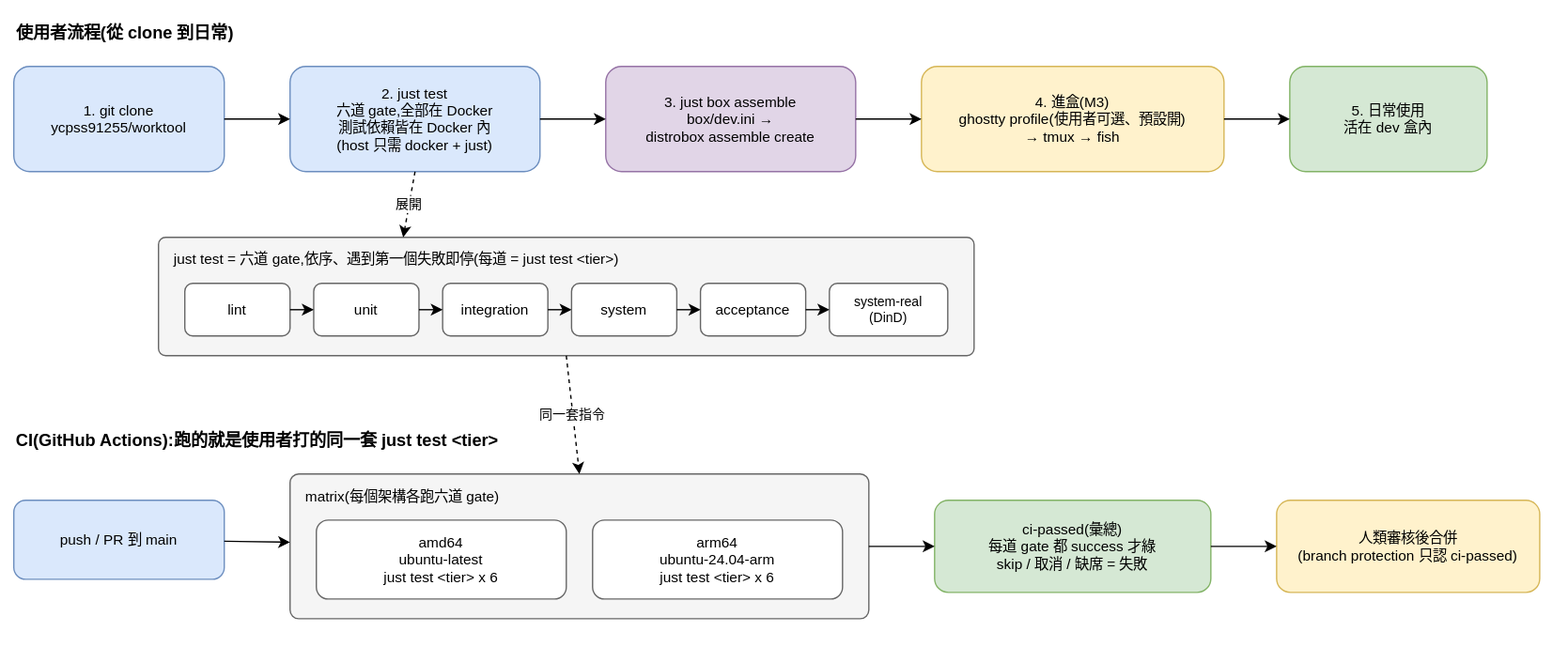
Earlier version of the draw.io export doc/diagram/flow.drawio.svg (ycpss91255/worktool). Source tidied: cells renumbered, new cells last; positions are measured from the earlier drawing's top-left corner, leaving out a move shared by most shapes.
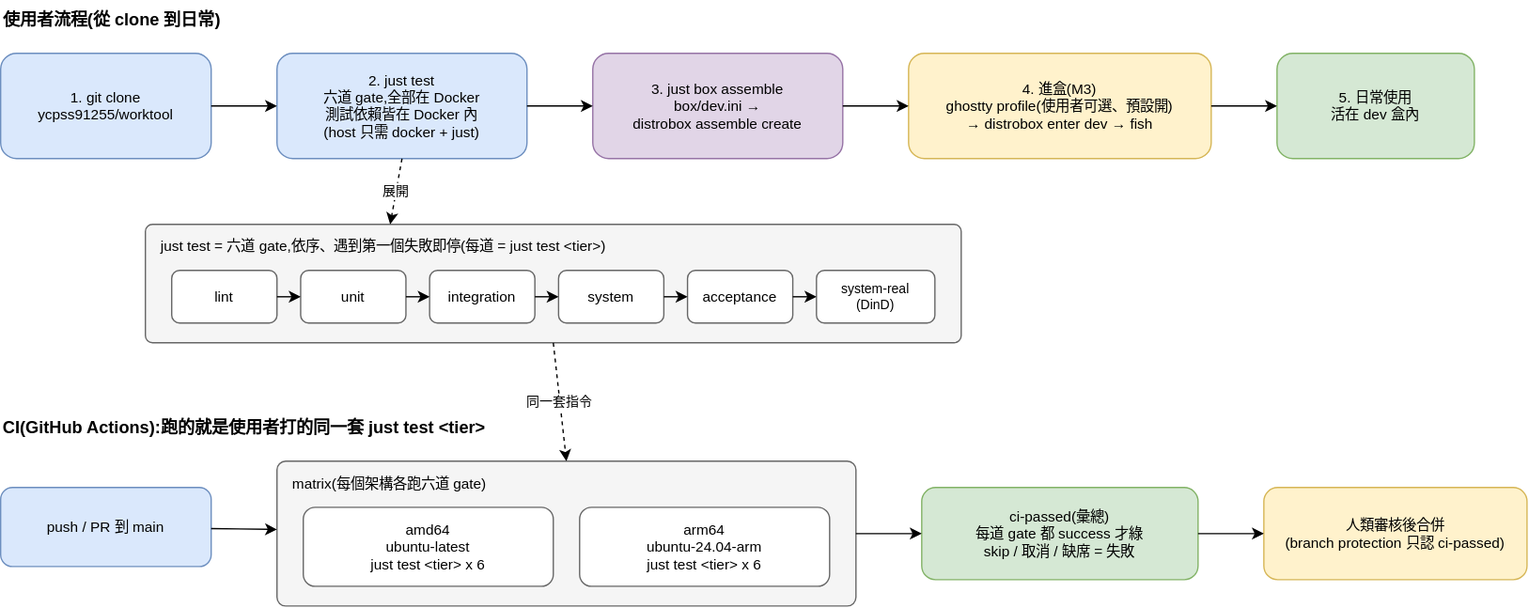
After the commit.

Commit message:
docs: the terminal enters the box without tmux; the box owns its tmux server (#179)

Diff of the diagram source:
```diff
@@ -14,7 +14,7 @@
     <mxCell id="5" value="3. just box assemble&#10;box/dev.ini →&#10;distrobox assemble create" style="rounded=1;fillColor=#e1d5e7;strokeColor=#9673a6;fontSize=11;" parent="1" vertex="1">
       <mxGeometry x="450" y="40" width="190" height="80" as="geometry" />
     </mxCell>
-    <mxCell id="6" value="4. 進盒(M3)&#10;ghostty profile(使用者可選、預設開)&#10;→ tmux → fish" style="rounded=1;fillColor=#fff2cc;strokeColor=#d6b656;fontSize=11;" parent="1" vertex="1">
+    <mxCell id="6" value="4. 進盒(M3)&#10;ghostty profile(使用者可選、預設開)&#10;→ distrobox enter dev → fish" style="rounded=1;fillColor=#fff2cc;strokeColor=#d6b656;fontSize=11;" parent="1" vertex="1">
       <mxGeometry x="690" y="40" width="230" height="80" as="geometry" />
     </mxCell>
     <mxCell id="7" value="5. 日常使用&#10;活在 dev 盒內" style="rounded=1;fillColor=#d5e8d4;strokeColor=#82b366;fontSize=11;" parent="1" vertex="1">
```
